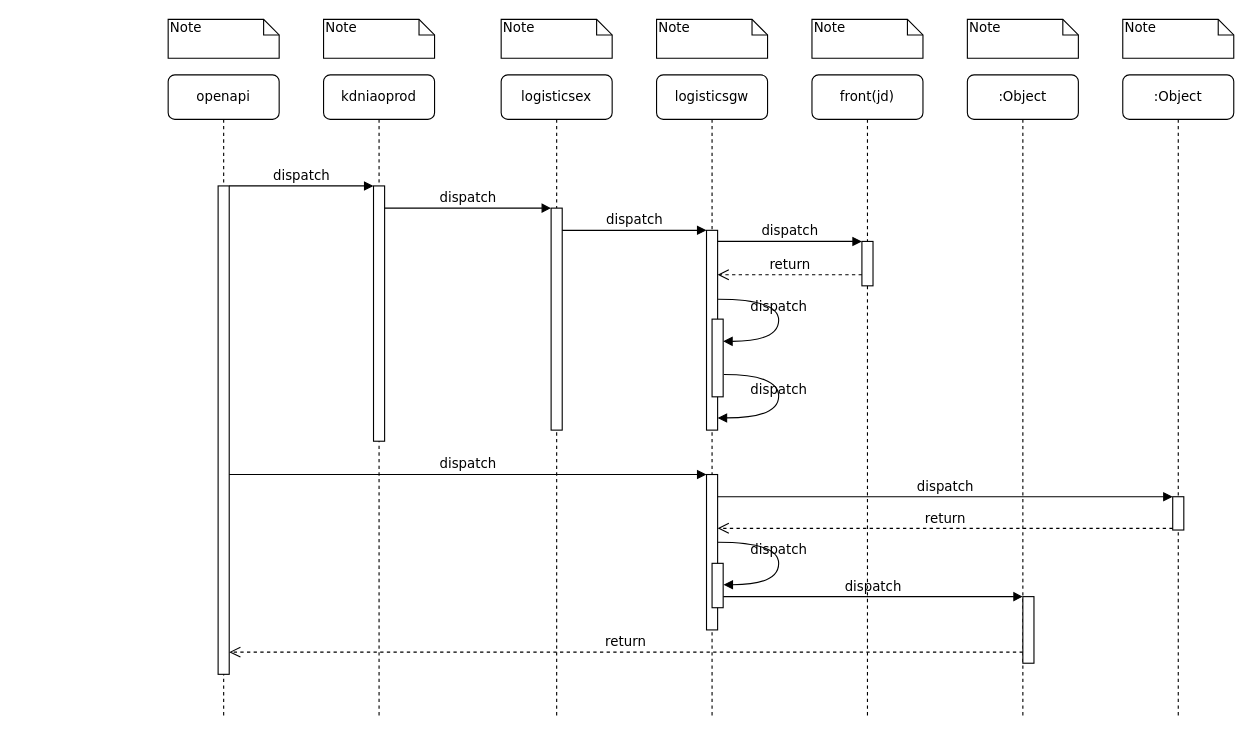
The draw.io diagram 未命名绘图.drawio in unclequentin/diagrams, before the edit. Source tidied: cells renumbered, new cells numbered last; positions are measured from the earlier drawing's top-left corner, leaving out a move shared by most shapes. Both pictures are drawn from the tidied source at 111%, with x=0, y=0 at pixel (168, 19).
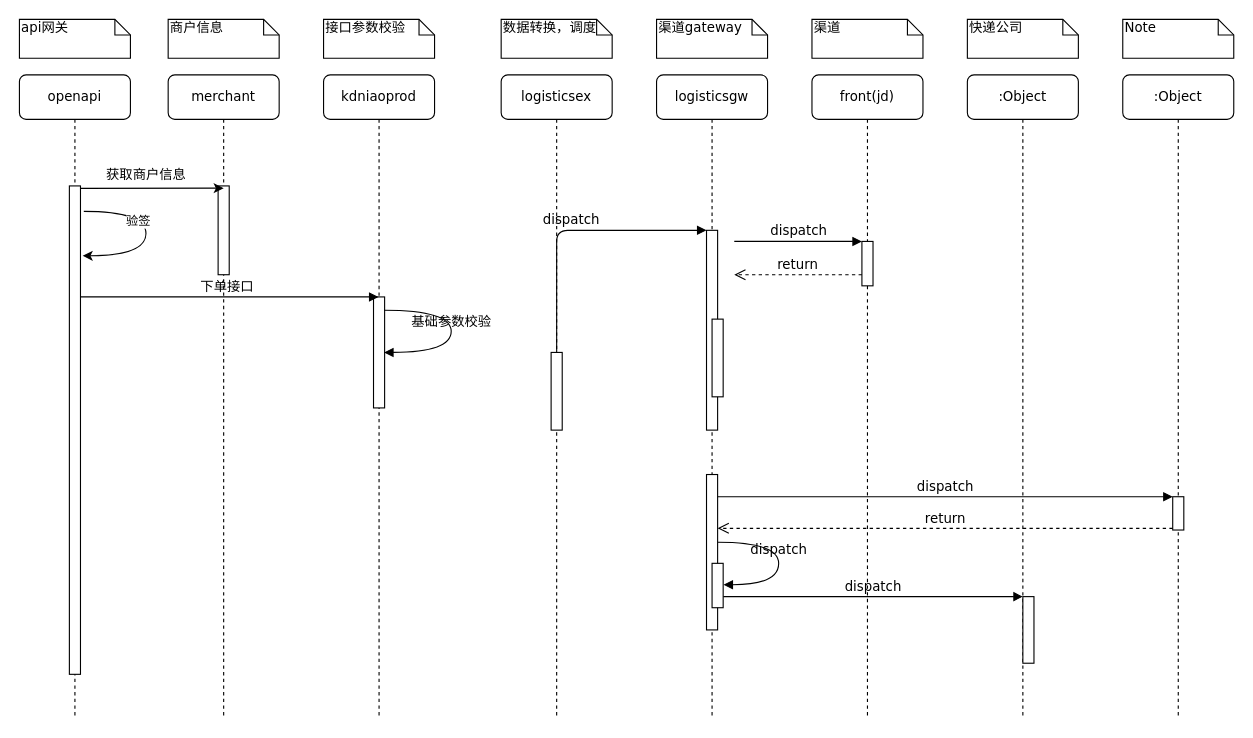
The same diagram, later.

Commit message (it also covers changes not shown here):
更新未命名绘图.drawio

The change refers to these unchanged cells:
```xml
<mxCell id="2" value="kdniaoprod" style="shape=umlLifeline;perimeter=lifelinePerimeter;whiteSpace=wrap;html=1;outlineConnect=0;rounded=1;shadow=0;comic=0;labelBackgroundColor=none;strokeWidth=1;fontFamily=Verdana;fontSize=12;align=center;" parent="1" vertex="1">
  <mxGeometry x="140" y="50" width="100" height="580" as="geometry" />
</mxCell>
<mxCell id="4" value="logisticsex" style="shape=umlLifeline;perimeter=lifelinePerimeter;whiteSpace=wrap;html=1;rounded=1;shadow=0;comic=0;labelBackgroundColor=none;strokeWidth=1;fontFamily=Verdana;fontSize=12;align=center;" parent="1" vertex="1">
  <mxGeometry x="300" y="50" width="100" height="580" as="geometry" />
</mxCell>
<mxCell id="12" style="html=1;points=[];perimeter=orthogonalPerimeter;rounded=0;shadow=0;comic=0;labelBackgroundColor=none;strokeWidth=1;fontFamily=Verdana;fontSize=12;align=center;" parent="1" vertex="1">
  <mxGeometry x="485" y="190" width="10" height="180" as="geometry" />
</mxCell>
<mxCell id="14" style="html=1;points=[];perimeter=orthogonalPerimeter;rounded=0;shadow=0;comic=0;labelBackgroundColor=none;strokeWidth=1;fontFamily=Verdana;fontSize=12;align=center;" parent="1" vertex="1">
  <mxGeometry x="625" y="200" width="10" height="40" as="geometry" />
</mxCell>
<mxCell id="17" style="html=1;points=[];perimeter=orthogonalPerimeter;rounded=0;shadow=0;comic=0;labelBackgroundColor=none;strokeWidth=1;fontFamily=Verdana;fontSize=12;align=center;" parent="1" vertex="1">
  <mxGeometry x="485" y="410" width="10" height="140" as="geometry" />
</mxCell>
<mxCell id="22" style="html=1;points=[];perimeter=orthogonalPerimeter;rounded=0;shadow=0;comic=0;labelBackgroundColor=none;strokeWidth=1;fontFamily=Verdana;fontSize=12;align=center;" parent="1" vertex="1">
  <mxGeometry x="770" y="520" width="10" height="60" as="geometry" />
</mxCell>
<mxCell id="27" style="html=1;points=[];perimeter=orthogonalPerimeter;rounded=0;shadow=0;comic=0;labelBackgroundColor=none;strokeWidth=1;fontFamily=Verdana;fontSize=12;align=center;" parent="1" vertex="1">
  <mxGeometry x="490" y="270" width="10" height="70" as="geometry" />
</mxCell>
```

What changed in the source:
```diff
@@
     <mxCell id="3" style="html=1;points=[];perimeter=orthogonalPerimeter;rounded=0;shadow=0;comic=0;labelBackgroundColor=none;strokeWidth=1;fontFamily=Verdana;fontSize=12;align=center;" parent="2" vertex="1">
-      <mxGeometry x="45" y="100" width="10" height="230" as="geometry" />
+      <mxGeometry x="45" y="200" width="10" height="100" as="geometry" />
     </mxCell>
@@
     <mxCell id="5" style="html=1;points=[];perimeter=orthogonalPerimeter;rounded=0;shadow=0;comic=0;labelBackgroundColor=none;strokeWidth=1;fontFamily=Verdana;fontSize=12;align=center;" parent="4" vertex="1">
-      <mxGeometry x="45" y="120" width="10" height="200" as="geometry" />
+      <mxGeometry x="45" y="250" width="10" height="70" as="geometry" />
     </mxCell>
@@
-    <mxCell id="10" value="openapi" style="shape=umlLifeline;perimeter=lifelinePerimeter;whiteSpace=wrap;html=1;rounded=1;shadow=0;comic=0;labelBackgroundColor=none;strokeWidth=1;fontFamily=Verdana;fontSize=12;align=center;" parent="1" vertex="1">
+    <mxCell id="10" value="merchant" style="shape=umlLifeline;perimeter=lifelinePerimeter;whiteSpace=wrap;html=1;rounded=1;shadow=0;comic=0;labelBackgroundColor=none;strokeWidth=1;fontFamily=Verdana;fontSize=12;align=center;" parent="1" vertex="1">
       <mxGeometry y="50" width="100" height="580" as="geometry" />
     </mxCell>
     <mxCell id="11" style="html=1;points=[];perimeter=orthogonalPerimeter;rounded=0;shadow=0;comic=0;labelBackgroundColor=none;strokeWidth=1;fontFamily=Verdana;fontSize=12;align=center;" parent="10" vertex="1">
-      <mxGeometry x="45" y="100" width="10" height="440" as="geometry" />
+      <mxGeometry x="45" y="100" width="10" height="80" as="geometry" />
     </mxCell>
@@
-    <mxCell id="15" value="dispatch" style="html=1;verticalAlign=bottom;endArrow=block;entryX=0;entryY=0;labelBackgroundColor=none;fontFamily=Verdana;fontSize=12;edgeStyle=elbowEdgeStyle;elbow=vertical;" parent="1" edge="1" source="12" target="14">
-      <mxGeometry relative="1" as="geometry" />
+    <mxCell id="15" value="dispatch" style="html=1;verticalAlign=bottom;endArrow=block;entryX=0;entryY=0;labelBackgroundColor=none;fontFamily=Verdana;fontSize=12;edgeStyle=elbowEdgeStyle;elbow=vertical;" parent="1" edge="1" target="14">
+      <mxGeometry relative="1" as="geometry">
+        <mxPoint x="510" y="200" as="sourcePoint" />
+      </mxGeometry>
     </mxCell>
-    <mxCell id="16" value="return" style="html=1;verticalAlign=bottom;endArrow=open;dashed=1;endSize=8;labelBackgroundColor=none;fontFamily=Verdana;fontSize=12;edgeStyle=elbowEdgeStyle;elbow=vertical;" parent="1" edge="1" source="14" target="12">
+    <mxCell id="16" value="return" style="html=1;verticalAlign=bottom;endArrow=open;dashed=1;endSize=8;labelBackgroundColor=none;fontFamily=Verdana;fontSize=12;edgeStyle=elbowEdgeStyle;elbow=vertical;" parent="1" edge="1" source="14">
       <mxGeometry relative="1" as="geometry">
+        <mxPoint x="510" y="230" as="targetPoint" />
         <Array as="points">
           <mxPoint x="570" y="230" />
           <mxPoint x="600" y="230" />
         </Array>
       </mxGeometry>
     </mxCell>
@@
-    <mxCell id="18" value="dispatch" style="html=1;verticalAlign=bottom;endArrow=block;entryX=0;entryY=0;labelBackgroundColor=none;fontFamily=Verdana;fontSize=12;" parent="1" edge="1" source="11" target="17">
-      <mxGeometry relative="1" as="geometry" />
-    </mxCell>
@@
-    <mxCell id="24" value="return" style="html=1;verticalAlign=bottom;endArrow=open;dashed=1;endSize=8;labelBackgroundColor=none;fontFamily=Verdana;fontSize=12;edgeStyle=elbowEdgeStyle;elbow=vertical;" parent="1" edge="1" source="22" target="11">
-      <mxGeometry relative="1" as="geometry">
-        <Array as="points">
-          <mxPoint x="470" y="570" />
-        </Array>
-      </mxGeometry>
-    </mxCell>
-    <mxCell id="25" value="dispatch" style="html=1;verticalAlign=bottom;endArrow=block;entryX=0;entryY=0;labelBackgroundColor=none;fontFamily=Verdana;fontSize=12;edgeStyle=elbowEdgeStyle;elbow=vertical;" parent="1" edge="1" source="11" target="3">
-      <mxGeometry relative="1" as="geometry" />
+    <mxCell id="25" value="下单接口" style="html=1;verticalAlign=bottom;endArrow=block;labelBackgroundColor=none;fontFamily=Verdana;fontSize=12;edgeStyle=elbowEdgeStyle;elbow=vertical;" parent="1" edge="1" source="39" target="2">
+      <mxGeometry relative="1" as="geometry">
+        <Array as="points">
+          <mxPoint x="100" y="250" />
+        </Array>
+      </mxGeometry>
     </mxCell>
-    <mxCell id="26" value="dispatch" style="html=1;verticalAlign=bottom;endArrow=block;entryX=0;entryY=0;labelBackgroundColor=none;fontFamily=Verdana;fontSize=12;edgeStyle=elbowEdgeStyle;elbow=vertical;" parent="1" edge="1" source="3" target="5">
-      <mxGeometry relative="1" as="geometry" />
-    </mxCell>
@@
-    <mxCell id="28" value="dispatch" style="html=1;verticalAlign=bottom;endArrow=block;labelBackgroundColor=none;fontFamily=Verdana;fontSize=12;elbow=vertical;edgeStyle=orthogonalEdgeStyle;curved=1;entryX=1;entryY=0.286;entryPerimeter=0;exitX=1.038;exitY=0.345;exitPerimeter=0;" parent="1" edge="1" source="12" target="27">
-      <mxGeometry relative="1" as="geometry">
-        <Array as="points">
-          <mxPoint x="550" y="252" />
-          <mxPoint x="550" y="290" />
-        </Array>
-      </mxGeometry>
-    </mxCell>
-    <mxCell id="29" value="dispatch" style="html=1;verticalAlign=bottom;endArrow=block;labelBackgroundColor=none;fontFamily=Verdana;fontSize=12;elbow=vertical;edgeStyle=orthogonalEdgeStyle;curved=1;exitX=1.066;exitY=0.713;exitPerimeter=0;" parent="1" edge="1" source="27">
-      <mxGeometry relative="1" as="geometry">
-        <mxPoint x="495" y="359" as="targetPoint" />
-        <Array as="points">
-          <mxPoint x="550" y="320" />
-          <mxPoint x="550" y="359" />
-        </Array>
-      </mxGeometry>
-    </mxCell>
@@
-    <mxCell id="32" value="Note" style="shape=note;whiteSpace=wrap;html=1;size=14;verticalAlign=top;align=left;spacingTop=-6;rounded=0;shadow=0;comic=0;labelBackgroundColor=none;strokeWidth=1;fontFamily=Verdana;fontSize=12;" parent="1" vertex="1">
+    <mxCell id="32" value="商户信息" style="shape=note;whiteSpace=wrap;html=1;size=14;verticalAlign=top;align=left;spacingTop=-6;rounded=0;shadow=0;comic=0;labelBackgroundColor=none;strokeWidth=1;fontFamily=Verdana;fontSize=12;" parent="1" vertex="1">
       <mxGeometry width="100" height="35" as="geometry" />
     </mxCell>
-    <mxCell id="33" value="Note" style="shape=note;whiteSpace=wrap;html=1;size=14;verticalAlign=top;align=left;spacingTop=-6;rounded=0;shadow=0;comic=0;labelBackgroundColor=none;strokeWidth=1;fontFamily=Verdana;fontSize=12;" parent="1" vertex="1">
+    <mxCell id="33" value="接口参数校验" style="shape=note;whiteSpace=wrap;html=1;size=14;verticalAlign=top;align=left;spacingTop=-6;rounded=0;shadow=0;comic=0;labelBackgroundColor=none;strokeWidth=1;fontFamily=Verdana;fontSize=12;" parent="1" vertex="1">
       <mxGeometry x="140" width="100" height="35" as="geometry" />
     </mxCell>
-    <mxCell id="34" value="Note" style="shape=note;whiteSpace=wrap;html=1;size=14;verticalAlign=top;align=left;spacingTop=-6;rounded=0;shadow=0;comic=0;labelBackgroundColor=none;strokeWidth=1;fontFamily=Verdana;fontSize=12;" parent="1" vertex="1">
+    <mxCell id="34" value="数据转换，调度" style="shape=note;whiteSpace=wrap;html=1;size=14;verticalAlign=top;align=left;spacingTop=-6;rounded=0;shadow=0;comic=0;labelBackgroundColor=none;strokeWidth=1;fontFamily=Verdana;fontSize=12;" parent="1" vertex="1">
       <mxGeometry x="300" width="100" height="35" as="geometry" />
     </mxCell>
-    <mxCell id="35" value="Note" style="shape=note;whiteSpace=wrap;html=1;size=14;verticalAlign=top;align=left;spacingTop=-6;rounded=0;shadow=0;comic=0;labelBackgroundColor=none;strokeWidth=1;fontFamily=Verdana;fontSize=12;" parent="1" vertex="1">
+    <mxCell id="35" value="渠道gateway" style="shape=note;whiteSpace=wrap;html=1;size=14;verticalAlign=top;align=left;spacingTop=-6;rounded=0;shadow=0;comic=0;labelBackgroundColor=none;strokeWidth=1;fontFamily=Verdana;fontSize=12;" parent="1" vertex="1">
       <mxGeometry x="440" width="100" height="35" as="geometry" />
     </mxCell>
-    <mxCell id="36" value="Note" style="shape=note;whiteSpace=wrap;html=1;size=14;verticalAlign=top;align=left;spacingTop=-6;rounded=0;shadow=0;comic=0;labelBackgroundColor=none;strokeWidth=1;fontFamily=Verdana;fontSize=12;" parent="1" vertex="1">
+    <mxCell id="36" value="渠道" style="shape=note;whiteSpace=wrap;html=1;size=14;verticalAlign=top;align=left;spacingTop=-6;rounded=0;shadow=0;comic=0;labelBackgroundColor=none;strokeWidth=1;fontFamily=Verdana;fontSize=12;" parent="1" vertex="1">
       <mxGeometry x="580" width="100" height="35" as="geometry" />
     </mxCell>
-    <mxCell id="37" value="Note" style="shape=note;whiteSpace=wrap;html=1;size=14;verticalAlign=top;align=left;spacingTop=-6;rounded=0;shadow=0;comic=0;labelBackgroundColor=none;strokeWidth=1;fontFamily=Verdana;fontSize=12;" parent="1" vertex="1">
+    <mxCell id="37" value="快递公司" style="shape=note;whiteSpace=wrap;html=1;size=14;verticalAlign=top;align=left;spacingTop=-6;rounded=0;shadow=0;comic=0;labelBackgroundColor=none;strokeWidth=1;fontFamily=Verdana;fontSize=12;" parent="1" vertex="1">
       <mxGeometry x="720" width="100" height="35" as="geometry" />
     </mxCell>
@@
+    <mxCell id="39" value="openapi" style="shape=umlLifeline;perimeter=lifelinePerimeter;whiteSpace=wrap;html=1;outlineConnect=0;rounded=1;shadow=0;comic=0;labelBackgroundColor=none;strokeWidth=1;fontFamily=Verdana;fontSize=12;align=center;" parent="1" vertex="1">
+      <mxGeometry x="-134" y="50" width="100" height="580" as="geometry" />
+    </mxCell>
+    <mxCell id="40" style="html=1;points=[];perimeter=orthogonalPerimeter;rounded=0;shadow=0;comic=0;labelBackgroundColor=none;strokeWidth=1;fontFamily=Verdana;fontSize=12;align=center;" parent="39" vertex="1">
+      <mxGeometry x="45" y="100" width="10" height="440" as="geometry" />
+    </mxCell>
+    <mxCell id="41" style="endArrow=classic;html=1;rounded=0;curved=1;exitX=1.3;exitY=0.052;exitDx=0;exitDy=0;exitPerimeter=0;edgeStyle=orthogonalEdgeStyle;entryX=1.2;entryY=0.143;entryDx=0;entryDy=0;entryPerimeter=0;" parent="39" edge="1" source="40" target="40">
+      <mxGeometry relative="1" as="geometry">
+        <Array as="points">
+          <mxPoint x="114" y="123" />
+          <mxPoint x="114" y="163" />
+        </Array>
+      </mxGeometry>
+    </mxCell>
+    <mxCell id="42" value="验签" style="edgeLabel;html=1;align=center;verticalAlign=middle;" parent="41" vertex="1">
+      <mxGeometry x="-0.15" y="-8" relative="1" as="geometry" />
+    </mxCell>
+    <mxCell id="43" value="api网关" style="shape=note;whiteSpace=wrap;html=1;size=14;verticalAlign=top;align=left;spacingTop=-6;rounded=0;shadow=0;comic=0;labelBackgroundColor=none;strokeWidth=1;fontFamily=Verdana;fontSize=12;" parent="1" vertex="1">
+      <mxGeometry x="-134" width="100" height="35" as="geometry" />
+    </mxCell>
+    <mxCell id="44" style="endArrow=classic;html=1;rounded=0;exitX=1;exitY=0.005;exitDx=0;exitDy=0;exitPerimeter=0;entryX=0.5;entryY=0.025;entryDx=0;entryDy=0;entryPerimeter=0;" parent="1" edge="1" source="40" target="11">
+      <mxGeometry relative="1" as="geometry" />
+    </mxCell>
+    <mxCell id="45" value="获取商户信息" style="text;html=1;align=center;verticalAlign=middle;strokeColor=none;fillColor=none;" parent="1" vertex="1">
+      <mxGeometry x="-70" y="125" width="100" height="30" as="geometry" />
+    </mxCell>
+    <mxCell id="46" value="基础参数校验" style="html=1;verticalAlign=bottom;endArrow=block;labelBackgroundColor=none;fontFamily=Verdana;fontSize=12;elbow=vertical;edgeStyle=orthogonalEdgeStyle;curved=1;" parent="1" edge="1">
+      <mxGeometry relative="1" as="geometry">
+        <mxPoint x="194.5" y="262" as="sourcePoint" />
+        <mxPoint x="194.5" y="300" as="targetPoint" />
+        <Array as="points">
+          <mxPoint x="255" y="262" />
+          <mxPoint x="255" y="300" />
+        </Array>
+      </mxGeometry>
+    </mxCell>
```
